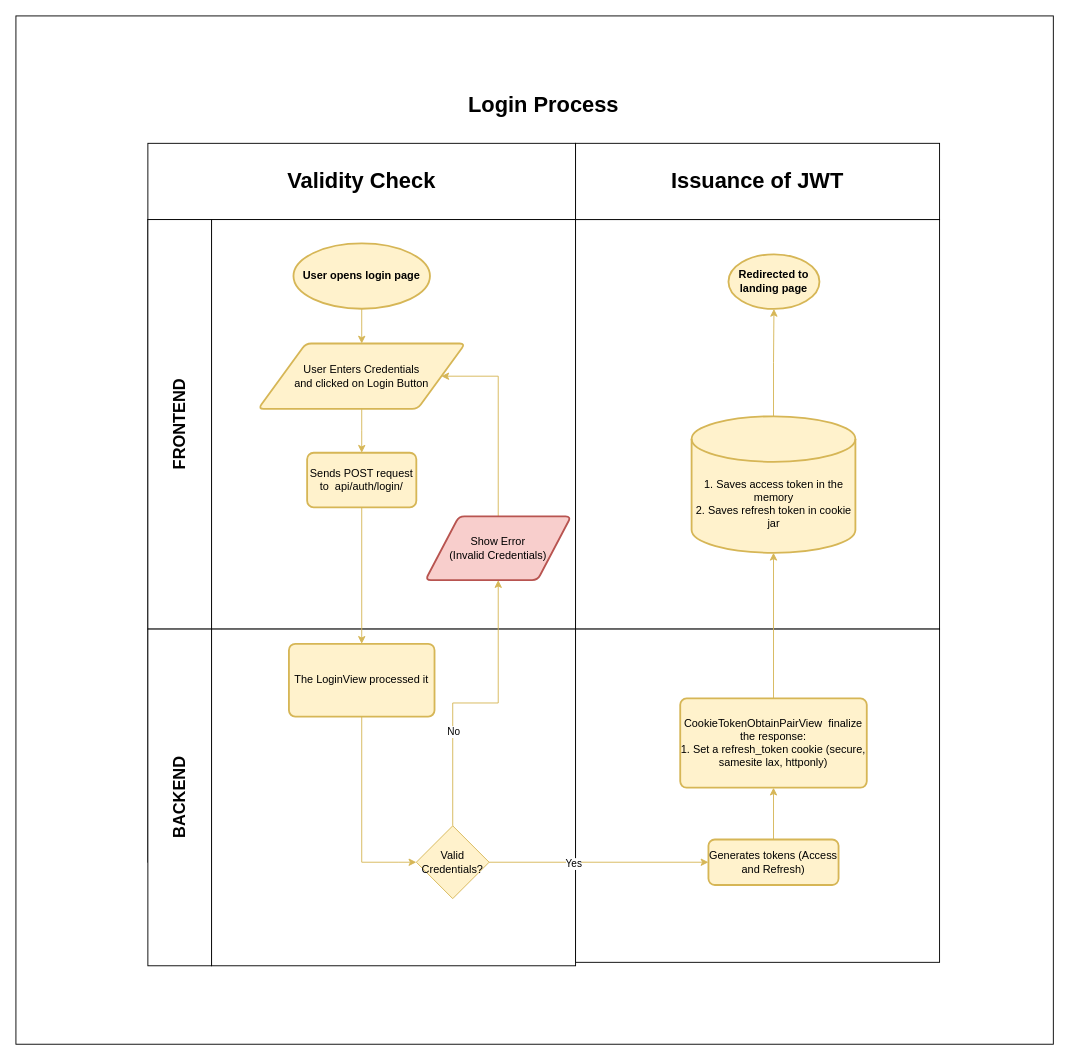
The draw.io diagram page "auth_login-process" (1 of 4) of E-Commerce Process Flow.drawio in RHILIUS/drawio, before the edit. Source tidied: cells renumbered, new cells numbered last; positions are measured from the earlier drawing's top-left corner, leaving out a move shared by most shapes. Both pictures are drawn from the tidied source at 91%, with x=0, y=0 at pixel (15, 15).
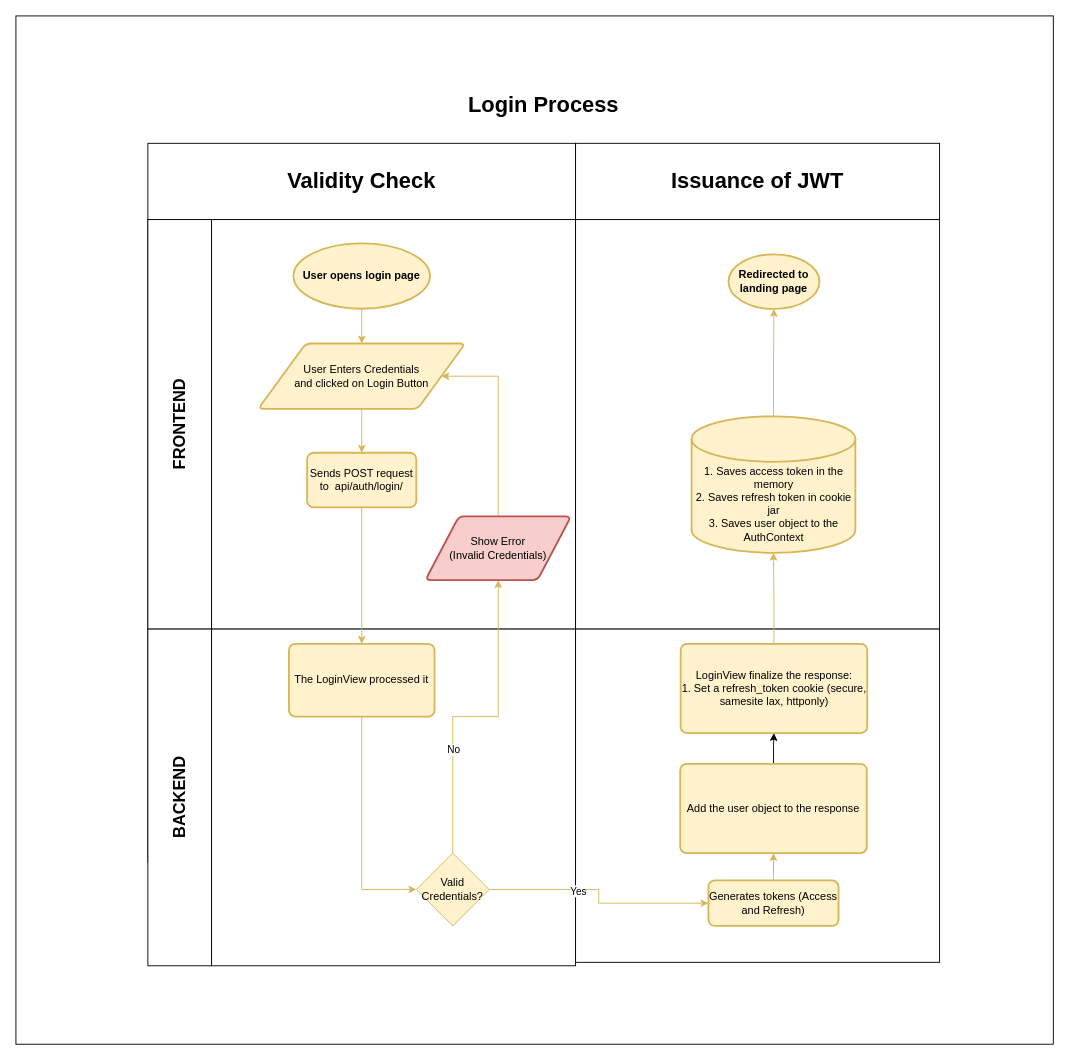
The same diagram, later.

Commit message:
feat: add user object to AuthContext

Unchanged cells that the change refers to:
```xml
<mxCell id="24" value="The LoginView processed it" style="rounded=1;whiteSpace=wrap;html=1;absoluteArcSize=1;arcSize=14;strokeWidth=2;fillColor=#fff2cc;strokeColor=#d6b656;" parent="1" vertex="1">
  <mxGeometry x="300" y="690" width="160" height="80" as="geometry" />
</mxCell>
```

The edit, as a diff of the source:
```diff
@@
     <mxCell id="23" style="edgeStyle=orthogonalEdgeStyle;rounded=0;jettySize=auto;html=1;entryX=0;entryY=0.5;entryDx=0;entryDy=0;fillColor=#fff2cc;strokeColor=#d6b656;" parent="1" edge="1" source="24" target="31">
       <mxGeometry relative="1" as="geometry">
         <Array as="points">
-          <mxPoint x="380" y="930" />
-          <mxPoint x="420" y="930" />
+          <mxPoint x="380" y="960" />
         </Array>
       </mxGeometry>
     </mxCell>
@@
-    <mxCell id="26" value="CookieTokenObtainPairView&amp;nbsp; finalize the response:&lt;br&gt;1. Set a refresh_token cookie (secure, samesite lax, httponly)" style="whiteSpace=wrap;html=1;rounded=1;absoluteArcSize=1;arcSize=14;strokeWidth=2;fillColor=#fff2cc;strokeColor=#d6b656;" parent="1" vertex="1">
-      <mxGeometry x="730" y="750" width="205" height="98.1" as="geometry" />
+    <mxCell id="26" value="LoginView finalize the response:&lt;br&gt;1. Set a refresh_token cookie (secure, samesite lax, httponly)" style="whiteSpace=wrap;html=1;rounded=1;absoluteArcSize=1;arcSize=14;strokeWidth=2;fillColor=#fff2cc;strokeColor=#d6b656;" parent="1" vertex="1">
+      <mxGeometry x="730.5" y="690" width="205" height="98.1" as="geometry" />
     </mxCell>
@@
     <mxCell id="31" value="Valid Credentials?" style="rhombus;whiteSpace=wrap;html=1;fillColor=#fff2cc;strokeColor=#d6b656;" parent="1" vertex="1">
-      <mxGeometry x="440" y="890" width="80" height="80" as="geometry" />
+      <mxGeometry x="440" y="920" width="80" height="80" as="geometry" />
     </mxCell>
-    <mxCell id="32" style="edgeStyle=orthogonalEdgeStyle;rounded=0;jettySize=auto;html=1;fillColor=#fff2cc;strokeColor=#d6b656;" parent="1" edge="1" source="33" target="26">
+    <mxCell id="32" style="edgeStyle=orthogonalEdgeStyle;rounded=0;jettySize=auto;html=1;fillColor=#fff2cc;strokeColor=#d6b656;" parent="1" edge="1" source="33" target="38">
       <mxGeometry relative="1" as="geometry" />
     </mxCell>
     <mxCell id="33" value="Generates tokens (Access and Refresh)" style="rounded=1;whiteSpace=wrap;html=1;absoluteArcSize=1;arcSize=14;strokeWidth=2;fillColor=#fff2cc;strokeColor=#d6b656;" parent="1" vertex="1">
-      <mxGeometry x="761" y="905" width="143" height="50" as="geometry" />
+      <mxGeometry x="761" y="950" width="143" height="50" as="geometry" />
     </mxCell>
@@
-    <mxCell id="35" value="&lt;div&gt;&lt;br&gt;&lt;/div&gt;&lt;div&gt;&lt;br&gt;&lt;/div&gt;&lt;div&gt;&lt;br&gt;&lt;/div&gt;1. Saves access token in the memory&lt;br&gt;2. Saves refresh token in cookie jar" style="strokeWidth=2;html=1;shape=mxgraph.flowchart.database;whiteSpace=wrap;fillColor=#fff2cc;strokeColor=#d6b656;" parent="1" vertex="1">
+    <mxCell id="35" value="&lt;div&gt;&lt;br&gt;&lt;/div&gt;&lt;div&gt;&lt;br&gt;&lt;/div&gt;&lt;div&gt;&lt;br&gt;&lt;/div&gt;1. Saves access token in the memory&lt;br&gt;2. Saves refresh token in cookie jar&lt;div&gt;3. Saves user object to the AuthContext&lt;/div&gt;" style="strokeWidth=2;html=1;shape=mxgraph.flowchart.database;whiteSpace=wrap;fillColor=#fff2cc;strokeColor=#d6b656;" parent="1" vertex="1">
       <mxGeometry x="742.5" y="440" width="180" height="150" as="geometry" />
     </mxCell>
@@
+    <mxCell id="37" style="edgeStyle=orthogonalEdgeStyle;rounded=0;jettySize=auto;html=1;" parent="1" edge="1" source="38" target="26">
+      <mxGeometry relative="1" as="geometry" />
+    </mxCell>
+    <mxCell id="38" value="Add the user object to the response" style="whiteSpace=wrap;html=1;rounded=1;absoluteArcSize=1;arcSize=14;strokeWidth=2;fillColor=#fff2cc;strokeColor=#d6b656;" parent="1" vertex="1">
+      <mxGeometry x="730" y="821.9" width="205" height="98.1" as="geometry" />
+    </mxCell>
```
